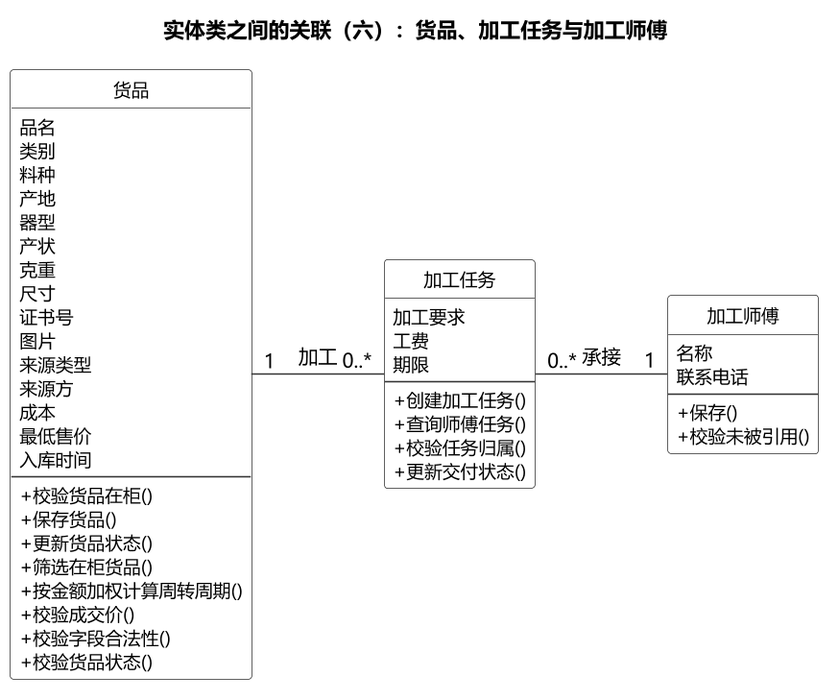
Earlier version of the PlantUML export docs/figs/analysis/05b6-entity-process.png (rosefinch55/jade-store-system).
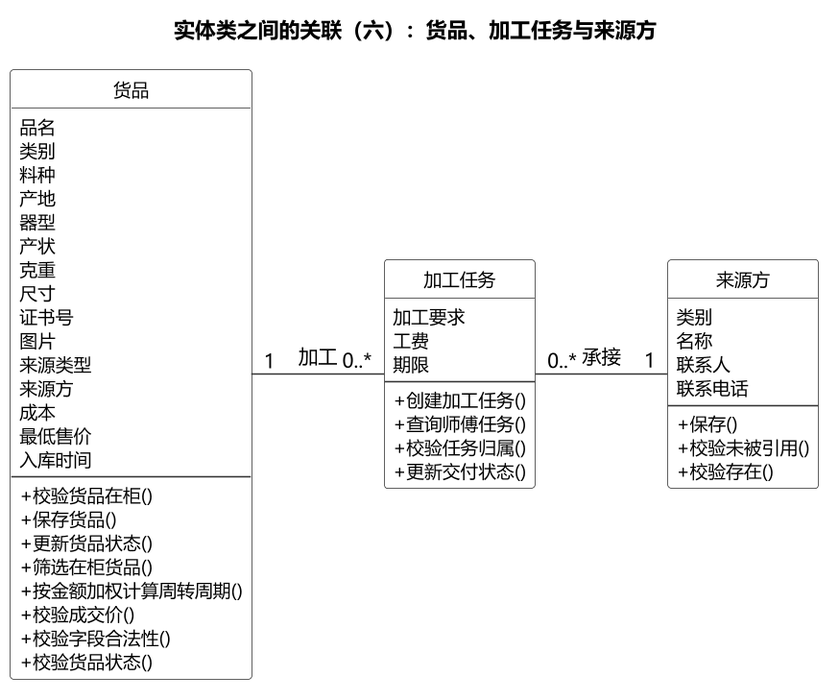
The same diagram one commit later.

The edit, as a diff of the source:
```diff
@@ -16,7 +16,7 @@
 skinparam classBackgroundColor #FFFFFF
 
 
-title 实体类之间的关联（六）：货品、加工任务与加工师傅
+title 实体类之间的关联（六）：货品、加工任务与来源方
 
 class "货品" as E1 {
     品名
@@ -54,17 +54,20 @@
     + 校验任务归属()
     + 更新交付状态()
   }
-class "加工师傅" as E18 {
+class "来源方" as SRC {
+    类别
     名称
+    联系人
     联系电话
     --
     + 保存()
     + 校验未被引用()
+    + 校验存在()
   }
 
 E1 -[hidden]right- E8
-E8 -[hidden]right- E18
+E8 -[hidden]right- SRC
 
 E1 "1" -right- "0..*" E8 : 加工
-E18 "1" -left- "0..*" E8 : 承接
+SRC "1" -left- "0..*" E8 : 承接
 @enduml
```
